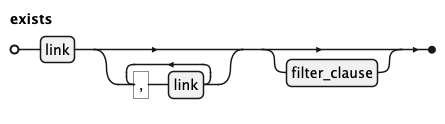
This is docs/kql/exists.png from koryki-java/core, a PlantUML export, as it was before one commit.
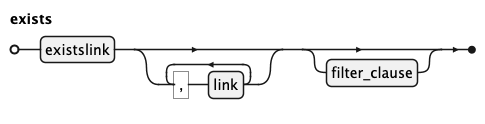
After the commit.

What changed in the source:
```diff
@@ -7,6 +7,6 @@
 
 
 exists =
-    link, {",", link}, [filter_clause]
+    existslink, {",", link}, [filter_clause]
 ;
 @endebnf
```
